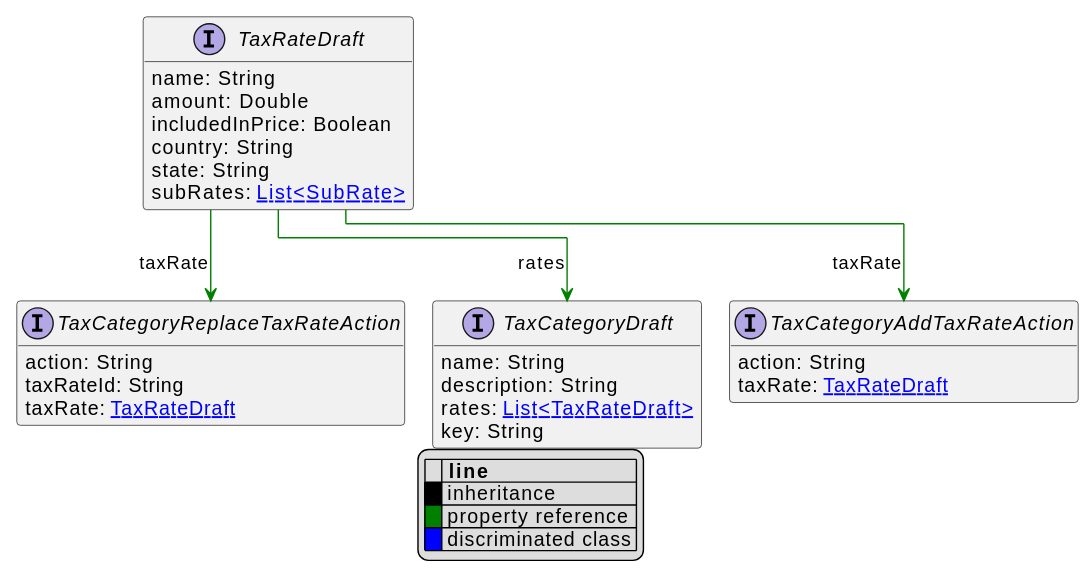
Earlier version of the PlantUML export uml/api/svg/TaxRateDraft.svg (commercetools/commercetools-api-reference). Its diagram source:
```plantuml
@startuml
!pragma layout elk
hide empty fields
hide empty methods
legend
|= |= line |
|<back:black>   </back>| inheritance |
|<back:green>   </back>| property reference |
|<back:blue>   </back>| discriminated class |
endlegend
interface TaxRateDraft [[TaxRateDraft.svg]]  {
    name: String
    amount: Double
    includedInPrice: Boolean
    country: String
    state: String
    subRates: [[SubRate.svg List<SubRate>]]
}



interface TaxCategoryDraft [[TaxCategoryDraft.svg]]  {
    name: String
    description: String
    rates: [[TaxRateDraft.svg List<TaxRateDraft>]]
    key: String
}
interface TaxCategoryAddTaxRateAction [[TaxCategoryAddTaxRateAction.svg]]  {
    action: String
    taxRate: [[TaxRateDraft.svg TaxRateDraft]]
}
interface TaxCategoryReplaceTaxRateAction [[TaxCategoryReplaceTaxRateAction.svg]]  {
    action: String
    taxRateId: String
    taxRate: [[TaxRateDraft.svg TaxRateDraft]]
}

TaxRateDraft --> TaxCategoryDraft #green;text:green : "rates"
TaxRateDraft --> TaxCategoryAddTaxRateAction #green;text:green : "taxRate"
TaxRateDraft --> TaxCategoryReplaceTaxRateAction #green;text:green : "taxRate"
@enduml
```
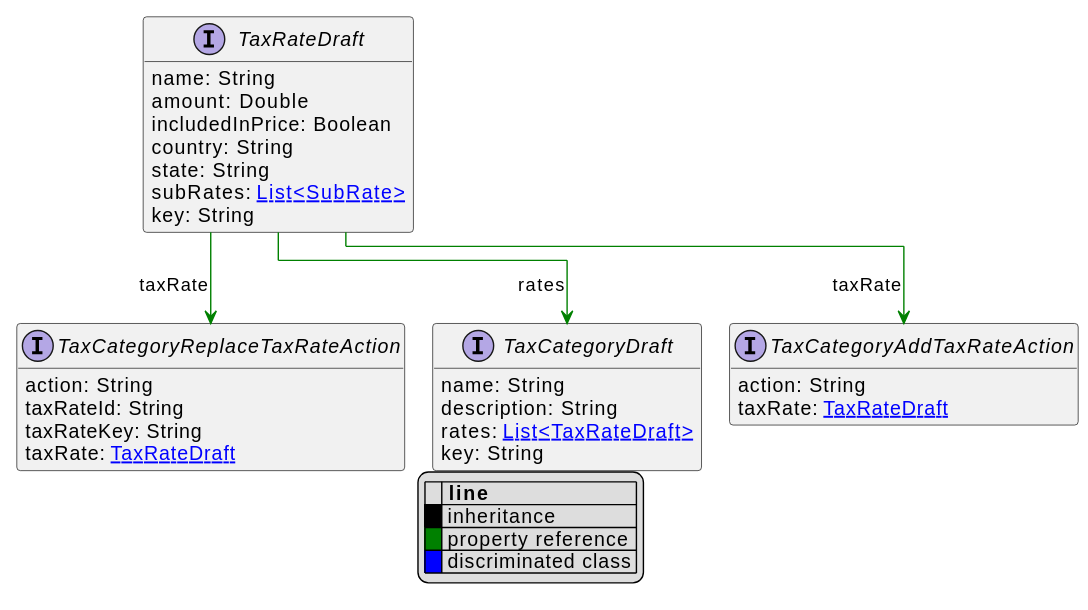
After the change.

Diff of the diagram source:
```diff
@@ -15,6 +15,7 @@
     country: String
     state: String
     subRates: [[SubRate.svg List<SubRate>]]
+    key: String
 }
 
 
@@ -32,6 +33,7 @@
 interface TaxCategoryReplaceTaxRateAction [[TaxCategoryReplaceTaxRateAction.svg]]  {
     action: String
     taxRateId: String
+    taxRateKey: String
     taxRate: [[TaxRateDraft.svg TaxRateDraft]]
 }
 
```
